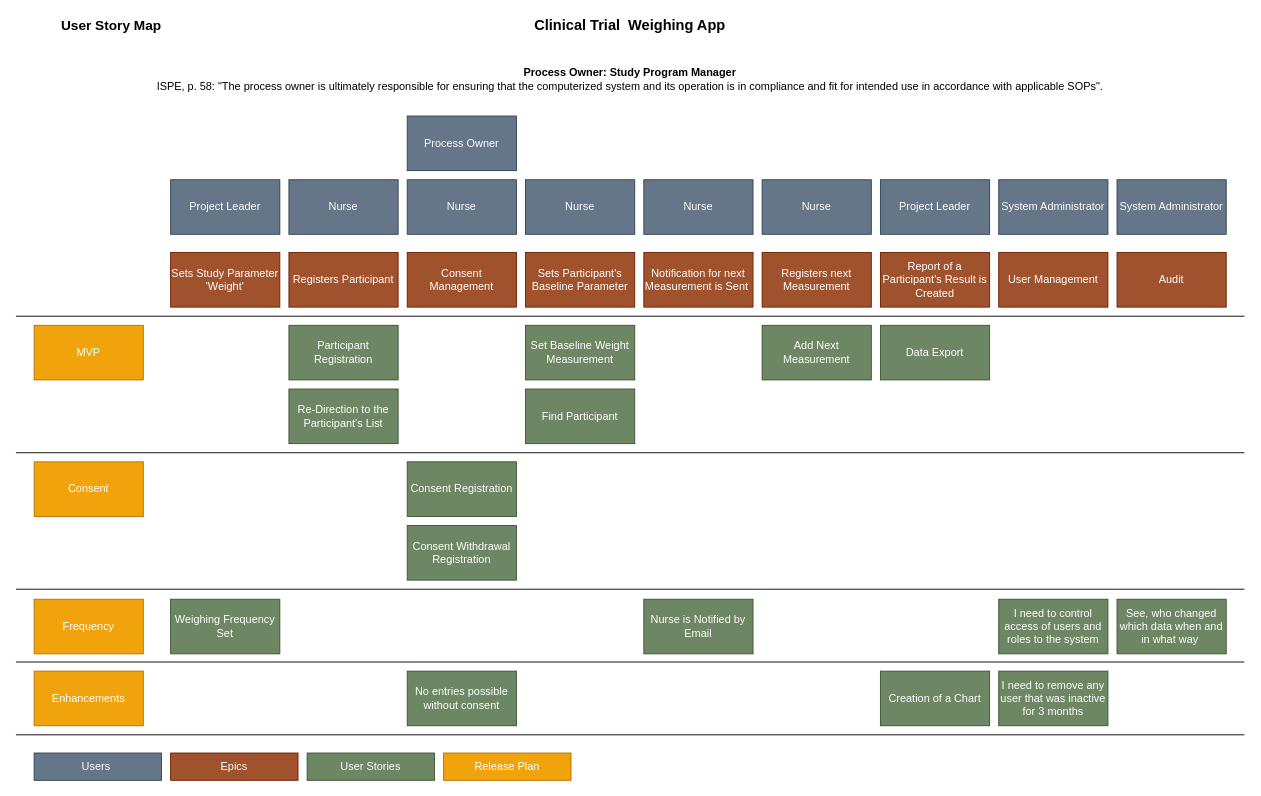
sableu/BDD4OQ keeps this draw.io diagram as jba-oq-documents/JBA_UserStoryMap.drawio. Above is the earlier version. Source tidied: cells renumbered, new cells numbered last; positions are measured from the earlier drawing's top-left corner, leaving out a move shared by most shapes. Both pictures are drawn from the tidied source at 91%, with x=0, y=0 at pixel (15, 15).
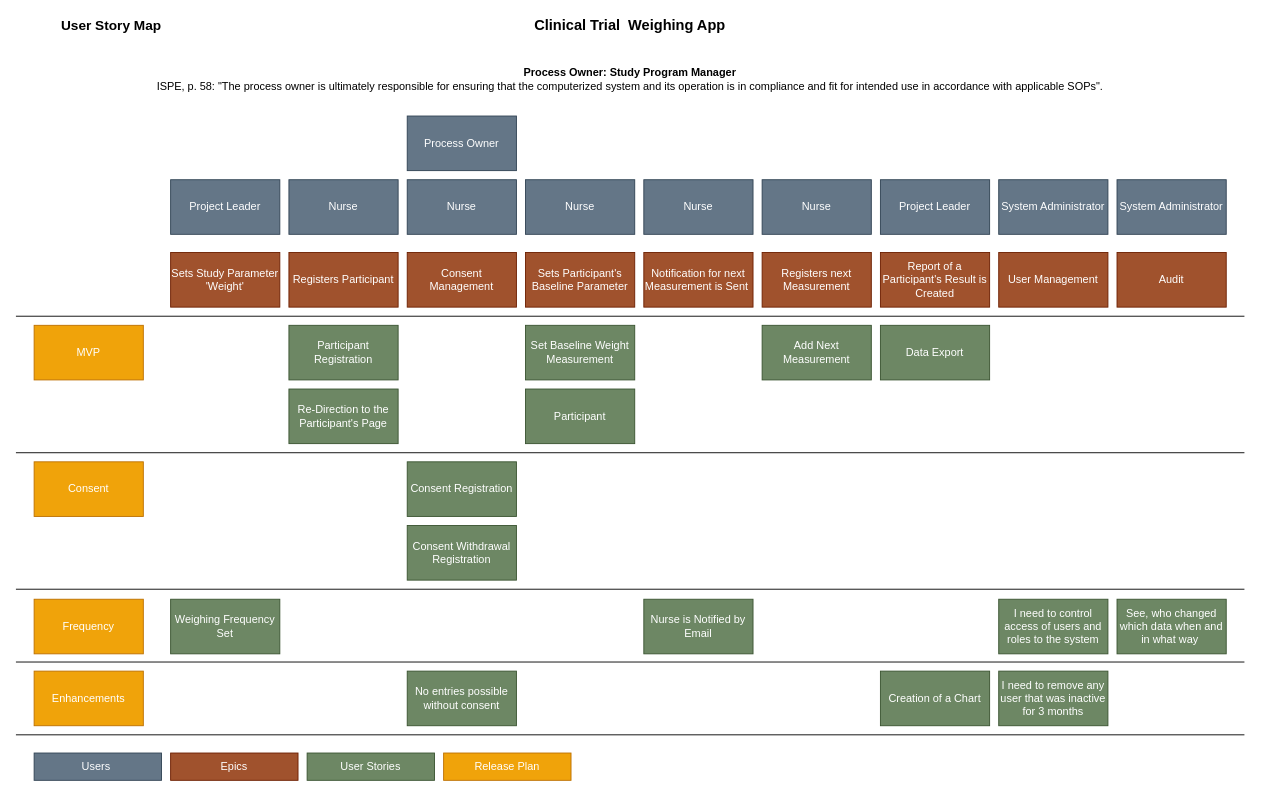
The same page after the edit.

Commit message (it also covers changes not shown here):
bddoq-50: User Story Map, Example Map and Feature File initialisation

Diff of the diagram source:
```diff
@@
-    <mxCell id="22" value="Find Participant" style="rounded=0;whiteSpace=wrap;html=1;fillColor=#6d8764;strokeColor=#3A5431;fontColor=#ffffff;" parent="1" vertex="1">
+    <mxCell id="22" value="Participant" style="rounded=0;whiteSpace=wrap;html=1;fillColor=#6d8764;strokeColor=#3A5431;fontColor=#ffffff;" parent="1" vertex="1">
       <mxGeometry x="560" y="410" width="120" height="60" as="geometry" />
     </mxCell>
@@
-    <mxCell id="51" value="Re-Direction to the Participant's List" style="rounded=0;whiteSpace=wrap;html=1;fillColor=#6d8764;strokeColor=#3A5431;fontColor=#ffffff;" parent="1" vertex="1">
+    <mxCell id="51" value="Re-Direction to the Participant's Page" style="rounded=0;whiteSpace=wrap;html=1;fillColor=#6d8764;strokeColor=#3A5431;fontColor=#ffffff;" parent="1" vertex="1">
       <mxGeometry x="300" y="410" width="120" height="60" as="geometry" />
     </mxCell>
```
